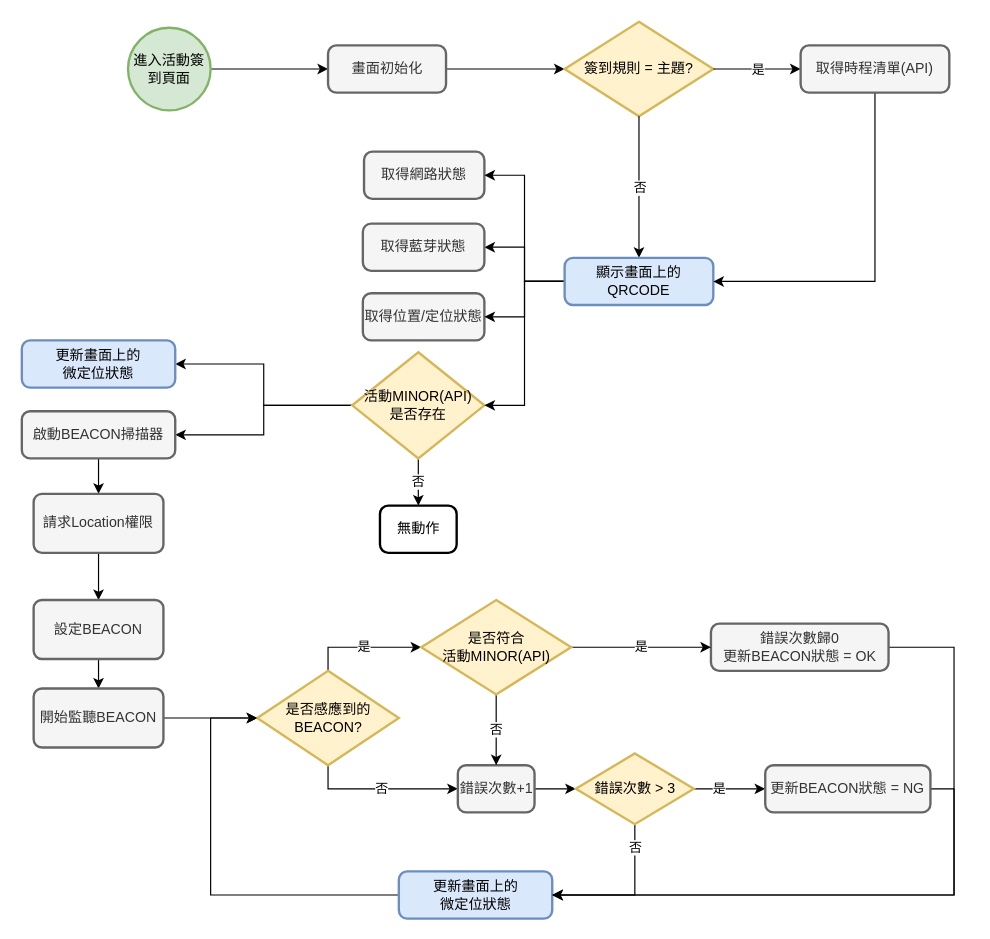
koosum112/LawAPI keeps this draw.io diagram as page "第2頁" (2 of 2) of 未命名圖表.drawio. Above is the earlier version. Source tidied: cells renumbered, new cells numbered last; positions are measured from the earlier drawing's top-left corner, leaving out a move shared by most shapes. Both pictures are drawn from the tidied source at 118%, with x=0, y=0 at pixel (21, 21).
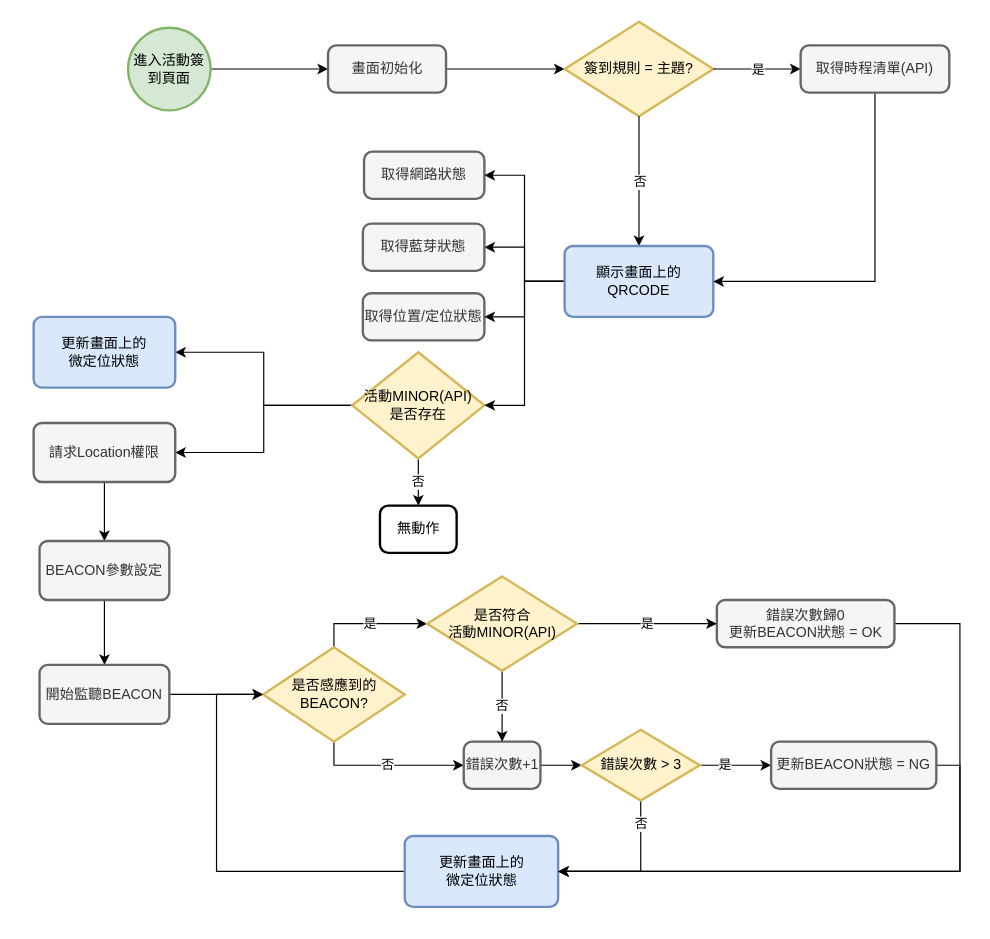
The same page after the edit.

The change refers to these unchanged cells:
```xml
<mxCell id="20" value="活動MINOR(API)&lt;br&gt;是否存在" style="strokeWidth=2;html=1;shape=mxgraph.flowchart.decision;whiteSpace=wrap;fillColor=#fff2cc;strokeColor=#d6b656;" parent="1" vertex="1">
  <mxGeometry x="280" y="280" width="112" height="90" as="geometry" />
</mxCell>
```

Diff of the diagram source:
```diff
@@
-    <mxCell id="19" style="edgeStyle=orthogonalEdgeStyle;rounded=0;jettySize=auto;html=1;exitX=0;exitY=0.5;exitDx=0;exitDy=0;exitPerimeter=0;entryX=1;entryY=0.5;entryDx=0;entryDy=0;" parent="1" edge="1" source="20" target="22">
+    <mxCell id="19" style="edgeStyle=orthogonalEdgeStyle;rounded=0;jettySize=auto;html=1;exitX=0;exitY=0.5;exitDx=0;exitDy=0;exitPerimeter=0;entryX=1;entryY=0.5;entryDx=0;entryDy=0;" parent="1" edge="1" source="20" target="26">
       <mxGeometry relative="1" as="geometry" />
     </mxCell>
@@
-    <mxCell id="21" style="edgeStyle=orthogonalEdgeStyle;rounded=0;jettySize=auto;html=1;" parent="1" edge="1" source="22" target="26">
-      <mxGeometry relative="1" as="geometry" />
-    </mxCell>
-    <mxCell id="22" value="啟動BEACON掃描器" style="rounded=1;whiteSpace=wrap;html=1;absoluteArcSize=1;arcSize=14;strokeWidth=2;fillColor=#f5f5f5;strokeColor=#666666;fontColor=#333333;" parent="1" vertex="1">
-      <mxGeometry y="330" width="130" height="40" as="geometry" />
-    </mxCell>
     <mxCell id="23" style="edgeStyle=orthogonalEdgeStyle;rounded=0;jettySize=auto;html=1;exitX=0;exitY=0.5;exitDx=0;exitDy=0;entryX=0;entryY=0.5;entryDx=0;entryDy=0;entryPerimeter=0;" parent="1" edge="1" source="24" target="31">
       <mxGeometry relative="1" as="geometry">
         <Array as="points">
-          <mxPoint x="160" y="740" />
-          <mxPoint x="160" y="590" />
+          <mxPoint x="165" y="720" />
+          <mxPoint x="165" y="570" />
         </Array>
       </mxGeometry>
     </mxCell>
     <mxCell id="24" value="更新畫面上的&lt;br&gt;微定位狀態" style="rounded=1;whiteSpace=wrap;html=1;absoluteArcSize=1;arcSize=14;strokeWidth=2;fillColor=#dae8fc;strokeColor=#6c8ebf;" parent="1" vertex="1">
-      <mxGeometry x="319.5" y="720" width="130" height="40" as="geometry" />
+      <mxGeometry x="324.5" y="690" width="130" height="60" as="geometry" />
     </mxCell>
@@
     <mxCell id="26" value="請求Location權限" style="rounded=1;whiteSpace=wrap;html=1;absoluteArcSize=1;arcSize=14;strokeWidth=2;fillColor=#f5f5f5;strokeColor=#666666;fontColor=#333333;" parent="1" vertex="1">
-      <mxGeometry x="10" y="400" width="110" height="50" as="geometry" />
+      <mxGeometry x="10" y="340" width="120" height="50" as="geometry" />
     </mxCell>
@@
-    <mxCell id="28" value="設定BEACON" style="rounded=1;whiteSpace=wrap;html=1;absoluteArcSize=1;arcSize=14;strokeWidth=2;fillColor=#f5f5f5;strokeColor=#666666;fontColor=#333333;" parent="1" vertex="1">
-      <mxGeometry x="10" y="490" width="110" height="50" as="geometry" />
+    <mxCell id="28" value="BEACON參數設定" style="rounded=1;whiteSpace=wrap;html=1;absoluteArcSize=1;arcSize=14;strokeWidth=2;fillColor=#f5f5f5;strokeColor=#666666;fontColor=#333333;" parent="1" vertex="1">
+      <mxGeometry x="15" y="440" width="110" height="50" as="geometry" />
     </mxCell>
@@
     <mxCell id="31" value="是否感應到的BEACON?" style="strokeWidth=2;html=1;shape=mxgraph.flowchart.decision;whiteSpace=wrap;fillColor=#fff2cc;strokeColor=#d6b656;" parent="1" vertex="1">
-      <mxGeometry x="199.5" y="550" width="120" height="80" as="geometry" />
+      <mxGeometry x="204.5" y="530" width="120" height="80" as="geometry" />
     </mxCell>
@@
     <mxCell id="33" value="開始監聽BEACON" style="rounded=1;whiteSpace=wrap;html=1;absoluteArcSize=1;arcSize=14;strokeWidth=2;fillColor=#f5f5f5;strokeColor=#666666;fontColor=#333333;" parent="1" vertex="1">
-      <mxGeometry x="10" y="565" width="110" height="50" as="geometry" />
+      <mxGeometry x="15" y="545" width="110" height="50" as="geometry" />
     </mxCell>
@@
     <mxCell id="35" value="錯誤次數+1" style="rounded=1;whiteSpace=wrap;html=1;absoluteArcSize=1;arcSize=14;strokeWidth=2;fillColor=#f5f5f5;strokeColor=#666666;fontColor=#333333;" parent="1" vertex="1">
-      <mxGeometry x="369.5" y="630" width="65" height="40" as="geometry" />
+      <mxGeometry x="374.5" y="610" width="65" height="40" as="geometry" />
     </mxCell>
     <mxCell id="36" style="edgeStyle=orthogonalEdgeStyle;rounded=0;jettySize=auto;html=1;exitX=1;exitY=0.5;exitDx=0;exitDy=0;entryX=1;entryY=0.5;entryDx=0;entryDy=0;" parent="1" edge="1" source="37" target="24">
       <mxGeometry relative="1" as="geometry">
         <Array as="points">
-          <mxPoint x="790" y="530" />
-          <mxPoint x="790" y="740" />
+          <mxPoint x="795" y="510" />
+          <mxPoint x="795" y="720" />
         </Array>
       </mxGeometry>
     </mxCell>
     <mxCell id="37" value="錯誤次數歸0&lt;br&gt;更新BEACON狀態 = OK" style="rounded=1;whiteSpace=wrap;html=1;absoluteArcSize=1;arcSize=14;strokeWidth=2;fillColor=#f5f5f5;strokeColor=#666666;fontColor=#333333;" parent="1" vertex="1">
-      <mxGeometry x="584" y="510" width="150.5" height="40" as="geometry" />
+      <mxGeometry x="589" y="490" width="150.5" height="40" as="geometry" />
     </mxCell>
@@
     <mxCell id="40" value="是否符合&lt;br&gt;活動MINOR(API)" style="strokeWidth=2;html=1;shape=mxgraph.flowchart.decision;whiteSpace=wrap;fillColor=#fff2cc;strokeColor=#d6b656;" parent="1" vertex="1">
-      <mxGeometry x="338.5" y="490" width="127" height="80" as="geometry" />
+      <mxGeometry x="343.5" y="470" width="127" height="80" as="geometry" />
     </mxCell>
@@
     <mxCell id="43" value="錯誤次數 &amp;gt; 3" style="strokeWidth=2;html=1;shape=mxgraph.flowchart.decision;whiteSpace=wrap;fillColor=#fff2cc;strokeColor=#d6b656;" parent="1" vertex="1">
-      <mxGeometry x="469.5" y="620" width="100" height="60" as="geometry" />
+      <mxGeometry x="474.5" y="600" width="100" height="60" as="geometry" />
     </mxCell>
     <mxCell id="44" style="edgeStyle=orthogonalEdgeStyle;rounded=0;jettySize=auto;html=1;exitX=1;exitY=0.5;exitDx=0;exitDy=0;entryX=1;entryY=0.5;entryDx=0;entryDy=0;" parent="1" edge="1" source="45" target="24">
       <mxGeometry relative="1" as="geometry">
         <Array as="points">
-          <mxPoint x="790" y="650" />
-          <mxPoint x="790" y="740" />
+          <mxPoint x="795" y="630" />
+          <mxPoint x="795" y="720" />
         </Array>
       </mxGeometry>
     </mxCell>
     <mxCell id="45" value="更新BEACON狀態 = NG" style="rounded=1;whiteSpace=wrap;html=1;absoluteArcSize=1;arcSize=14;strokeWidth=2;fillColor=#f5f5f5;strokeColor=#666666;fontColor=#333333;" parent="1" vertex="1">
-      <mxGeometry x="630" y="630" width="140" height="40" as="geometry" />
+      <mxGeometry x="635" y="610" width="140" height="40" as="geometry" />
     </mxCell>
@@
     <mxCell id="47" value="顯示畫面上的QRCODE" style="rounded=1;whiteSpace=wrap;html=1;absoluteArcSize=1;arcSize=14;strokeWidth=2;fillColor=#dae8fc;strokeColor=#6c8ebf;" parent="1" vertex="1">
-      <mxGeometry x="460" y="200" width="126" height="40" as="geometry" />
+      <mxGeometry x="460" y="190" width="126" height="60" as="geometry" />
     </mxCell>
@@
     <mxCell id="51" value="更新畫面上的&lt;br&gt;微定位狀態" style="rounded=1;whiteSpace=wrap;html=1;absoluteArcSize=1;arcSize=14;strokeWidth=2;fillColor=#dae8fc;strokeColor=#6c8ebf;" parent="1" vertex="1">
-      <mxGeometry y="270" width="130" height="40" as="geometry" />
+      <mxGeometry x="10" y="250" width="120" height="60" as="geometry" />
     </mxCell>
```
